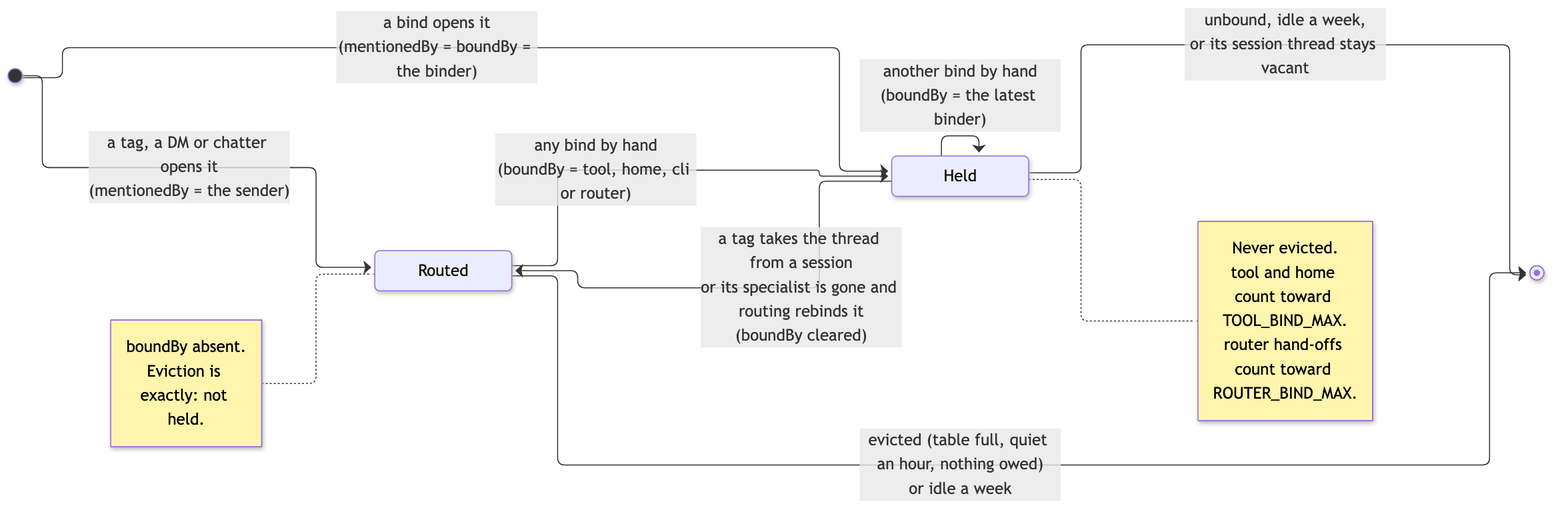
sf8193/hydra keeps this Mermaid diagram as diagrams/slack-conversation-holding.png. Above is the earlier version. Its source is kept beside it as diagrams/slack-conversation-holding.mmd.
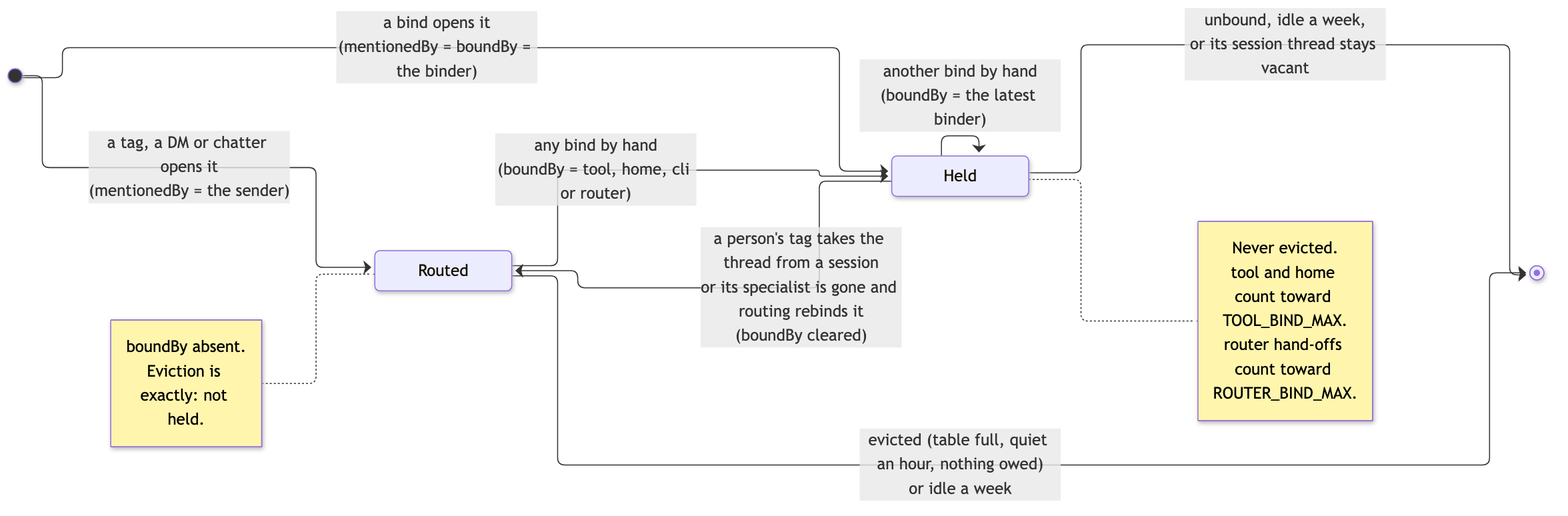
Above is the later version.

Diff of the diagram source:
```diff
@@ -5,7 +5,7 @@
 
     Routed --> Held: any bind by hand<br/>(boundBy = tool, home, cli or router)
     Held --> Held: another bind by hand<br/>(boundBy = the latest binder)
-    Held --> Routed: a tag takes the thread from a session<br/>or its specialist is gone and routing rebinds it<br/>(boundBy cleared)
+    Held --> Routed: a person's tag takes the thread from a session<br/>or its specialist is gone and routing rebinds it<br/>(boundBy cleared)
 
     Routed --> [*]: evicted (table full, quiet an hour, nothing owed)<br/>or idle a week
     Held --> [*]: unbound, idle a week,<br/>or its session thread stays vacant
```
